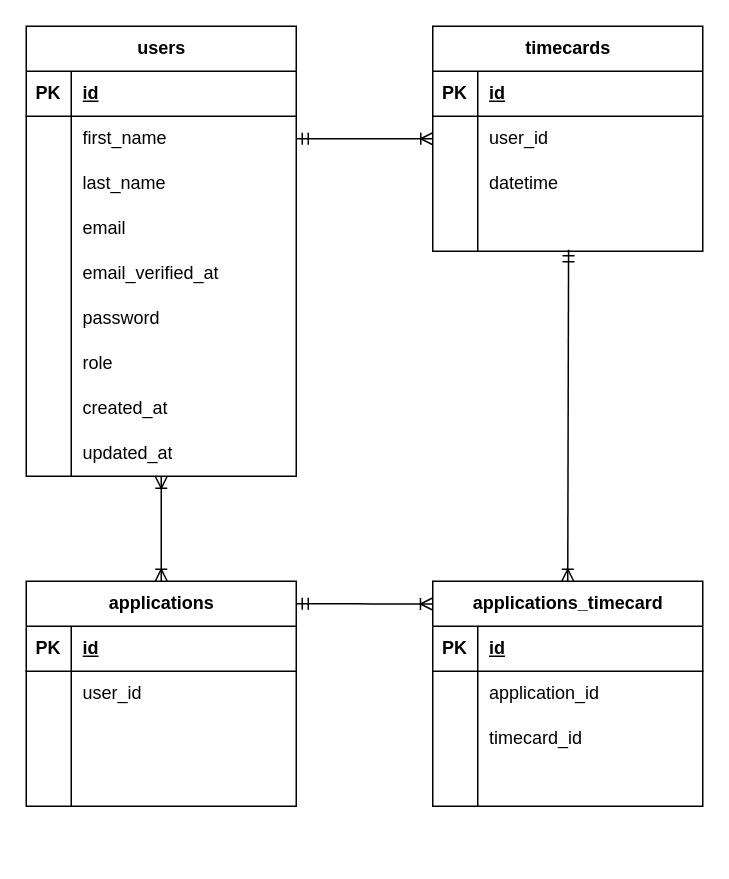
Above: ER.drawio in YamadaNanami/time-attendance-management-app (draw.io), before the change. Source tidied: cells renumbered, new cells numbered last; positions are measured from the earlier drawing's top-left corner, leaving out a move shared by most shapes. Both pictures are drawn from the tidied source at 150%, with x=0, y=0 at pixel (26, 26).
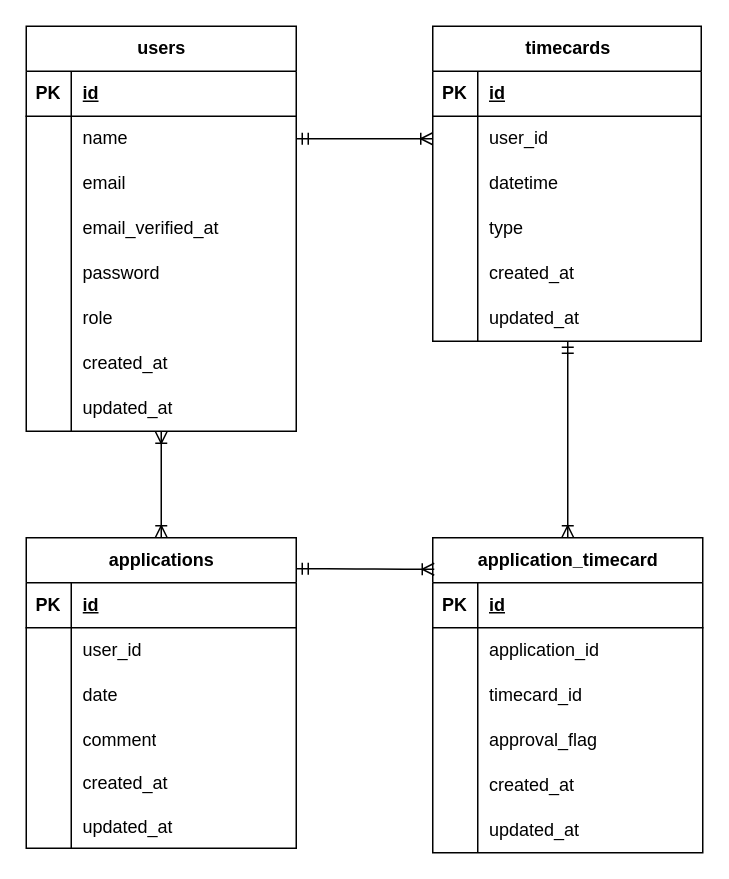
After the change.

Unchanged cells that the change refers to:
```xml
<mxCell id="6" style="shape=tableRow;horizontal=0;startSize=0;swimlaneHead=0;swimlaneBody=0;fillColor=none;points=[[0,0.5],[1,0.5]];portConstraint=eastwest;top=0;left=0;right=0;bottom=0;" parent="2" vertex="1">
  <mxGeometry y="60" width="180" height="30" as="geometry" />
</mxCell>
<mxCell id="53" style="shape=tableRow;horizontal=0;startSize=0;swimlaneHead=0;swimlaneBody=0;fillColor=none;top=0;left=0;right=0;bottom=0;" parent="46" vertex="1">
  <mxGeometry y="90" width="180" height="30" as="geometry" />
</mxCell>
<mxCell id="70" style="shape=tableRow;horizontal=0;startSize=0;swimlaneHead=0;swimlaneBody=0;fillColor=none;top=0;left=0;right=0;bottom=0;" parent="60" vertex="1">
  <mxGeometry y="120" width="180" height="30" as="geometry" />
</mxCell>
```

Diff of the diagram source:
```diff
@@
     <mxCell id="2" value="users" style="shape=table;startSize=30;childLayout=tableLayout;rowLines=0;fontStyle=1;align=center;html=1;" parent="1" vertex="1">
-      <mxGeometry width="180" height="300" as="geometry" />
+      <mxGeometry width="180" height="270" as="geometry" />
     </mxCell>
@@
-    <mxCell id="8" value="first_name" style="shape=partialRectangle;fillColor=none;top=0;left=0;bottom=0;right=0;align=left;spacingLeft=6;overflow=hidden;whiteSpace=wrap;html=1;" parent="6" vertex="1">
+    <mxCell id="8" value="name" style="shape=partialRectangle;fillColor=none;top=0;left=0;bottom=0;right=0;align=left;spacingLeft=6;overflow=hidden;whiteSpace=wrap;html=1;" parent="6" vertex="1">
       <mxGeometry x="30" width="150" height="30" as="geometry" />
     </mxCell>
-    <mxCell id="9" style="shape=tableRow;horizontal=0;startSize=0;swimlaneHead=0;swimlaneBody=0;fillColor=none;top=0;left=0;right=0;bottom=0;" parent="2" vertex="1">
-      <mxGeometry y="90" width="180" height="30" as="geometry" />
-    </mxCell>
-    <mxCell id="10" style="shape=partialRectangle;fillColor=none;top=0;left=0;bottom=0;right=0;overflow=hidden;whiteSpace=wrap;html=1;" parent="9" vertex="1">
-      <mxGeometry width="30" height="30" as="geometry" />
-    </mxCell>
-    <mxCell id="11" value="last_name" style="shape=partialRectangle;fillColor=none;top=0;left=0;bottom=0;right=0;align=left;spacingLeft=6;overflow=hidden;whiteSpace=wrap;html=1;" parent="9" vertex="1">
-      <mxGeometry x="30" width="150" height="30" as="geometry" />
-    </mxCell>
     <mxCell id="12" style="shape=tableRow;horizontal=0;startSize=0;swimlaneHead=0;swimlaneBody=0;fillColor=none;top=0;left=0;right=0;bottom=0;" parent="2" vertex="1">
-      <mxGeometry y="120" width="180" height="30" as="geometry" />
+      <mxGeometry y="90" width="180" height="30" as="geometry" />
     </mxCell>
@@
     <mxCell id="15" style="shape=tableRow;horizontal=0;startSize=0;swimlaneHead=0;swimlaneBody=0;fillColor=none;top=0;left=0;right=0;bottom=0;" parent="2" vertex="1">
-      <mxGeometry y="150" width="180" height="30" as="geometry" />
+      <mxGeometry y="120" width="180" height="30" as="geometry" />
     </mxCell>
@@
     <mxCell id="18" style="shape=tableRow;horizontal=0;startSize=0;swimlaneHead=0;swimlaneBody=0;fillColor=none;top=0;left=0;right=0;bottom=0;" parent="2" vertex="1">
-      <mxGeometry y="180" width="180" height="30" as="geometry" />
+      <mxGeometry y="150" width="180" height="30" as="geometry" />
     </mxCell>
@@
     <mxCell id="21" style="shape=tableRow;horizontal=0;startSize=0;swimlaneHead=0;swimlaneBody=0;fillColor=none;top=0;left=0;right=0;bottom=0;" parent="2" vertex="1">
-      <mxGeometry y="210" width="180" height="30" as="geometry" />
+      <mxGeometry y="180" width="180" height="30" as="geometry" />
     </mxCell>
@@
     <mxCell id="24" style="shape=tableRow;horizontal=0;startSize=0;swimlaneHead=0;swimlaneBody=0;fillColor=none;top=0;left=0;right=0;bottom=0;" parent="2" vertex="1">
-      <mxGeometry y="240" width="180" height="30" as="geometry" />
+      <mxGeometry y="210" width="180" height="30" as="geometry" />
     </mxCell>
@@
     <mxCell id="27" style="shape=tableRow;horizontal=0;startSize=0;swimlaneHead=0;swimlaneBody=0;fillColor=none;top=0;left=0;right=0;bottom=0;" parent="2" vertex="1">
-      <mxGeometry y="270" width="180" height="30" as="geometry" />
+      <mxGeometry y="240" width="180" height="30" as="geometry" />
     </mxCell>
@@
     <mxCell id="30" value="created_at" style="shape=partialRectangle;fillColor=none;top=0;left=0;bottom=0;right=0;align=left;spacingLeft=6;overflow=hidden;whiteSpace=wrap;html=1;" parent="1" vertex="1">
-      <mxGeometry x="30" y="240" width="150" height="30" as="geometry" />
+      <mxGeometry x="30" y="210" width="150" height="30" as="geometry" />
     </mxCell>
     <mxCell id="31" value="updated_at" style="shape=partialRectangle;fillColor=none;top=0;left=0;bottom=0;right=0;align=left;spacingLeft=6;overflow=hidden;whiteSpace=wrap;html=1;" parent="1" vertex="1">
-      <mxGeometry x="30" y="270" width="150" height="30" as="geometry" />
+      <mxGeometry x="30" y="240" width="150" height="30" as="geometry" />
     </mxCell>
     <mxCell id="32" value="timecards" style="shape=table;startSize=30;childLayout=tableLayout;rowLines=0;fontStyle=1;align=center;html=1;" parent="1" vertex="1">
-      <mxGeometry x="271" width="180" height="150" as="geometry" />
+      <mxGeometry x="271" width="179" height="210" as="geometry" />
     </mxCell>
     <mxCell id="33" style="shape=tableRow;horizontal=0;startSize=0;swimlaneHead=0;swimlaneBody=0;fillColor=none;top=0;left=0;right=0;bottom=1;" parent="32" vertex="1">
-      <mxGeometry y="30" width="180" height="30" as="geometry" />
+      <mxGeometry y="30" width="179" height="30" as="geometry" />
     </mxCell>
@@
     <mxCell id="35" value="id" style="shape=partialRectangle;fillColor=none;top=0;left=0;bottom=0;right=0;align=left;spacingLeft=6;fontStyle=5;overflow=hidden;whiteSpace=wrap;html=1;" parent="33" vertex="1">
-      <mxGeometry x="30" width="150" height="30" as="geometry" />
+      <mxGeometry x="30" width="149" height="30" as="geometry" />
     </mxCell>
     <mxCell id="36" style="shape=tableRow;horizontal=0;startSize=0;swimlaneHead=0;swimlaneBody=0;fillColor=none;points=[[0,0.5],[1,0.5]];portConstraint=eastwest;top=0;left=0;right=0;bottom=0;" parent="32" vertex="1">
-      <mxGeometry y="60" width="180" height="30" as="geometry" />
+      <mxGeometry y="60" width="179" height="30" as="geometry" />
     </mxCell>
@@
     <mxCell id="38" value="user_id" style="shape=partialRectangle;fillColor=none;top=0;left=0;bottom=0;right=0;align=left;spacingLeft=6;overflow=hidden;whiteSpace=wrap;html=1;" parent="36" vertex="1">
-      <mxGeometry x="30" width="150" height="30" as="geometry" />
+      <mxGeometry x="30" width="149" height="30" as="geometry" />
     </mxCell>
     <mxCell id="39" style="shape=tableRow;horizontal=0;startSize=0;swimlaneHead=0;swimlaneBody=0;fillColor=none;top=0;left=0;right=0;bottom=0;" parent="32" vertex="1">
-      <mxGeometry y="90" width="180" height="30" as="geometry" />
+      <mxGeometry y="90" width="179" height="30" as="geometry" />
     </mxCell>
@@
     <mxCell id="41" value="datetime" style="shape=partialRectangle;fillColor=none;top=0;left=0;bottom=0;right=0;align=left;spacingLeft=6;overflow=hidden;whiteSpace=wrap;html=1;" parent="39" vertex="1">
-      <mxGeometry x="30" width="150" height="30" as="geometry" />
+      <mxGeometry x="30" width="149" height="30" as="geometry" />
     </mxCell>
     <mxCell id="42" style="shape=tableRow;horizontal=0;startSize=0;swimlaneHead=0;swimlaneBody=0;fillColor=none;points=[[0,0.5],[1,0.5]];portConstraint=eastwest;top=0;left=0;right=0;bottom=0;" parent="32" vertex="1">
-      <mxGeometry y="120" width="180" height="30" as="geometry" />
+      <mxGeometry y="120" width="179" height="30" as="geometry" />
     </mxCell>
@@
-    <mxCell id="44" style="shape=partialRectangle;fillColor=none;top=0;left=0;bottom=0;right=0;align=left;spacingLeft=6;overflow=hidden;whiteSpace=wrap;html=1;" parent="42" vertex="1">
-      <mxGeometry x="30" width="150" height="30" as="geometry" />
+    <mxCell id="44" value="type" style="shape=partialRectangle;fillColor=none;top=0;left=0;bottom=0;right=0;align=left;spacingLeft=6;overflow=hidden;whiteSpace=wrap;html=1;" parent="42" vertex="1">
+      <mxGeometry x="30" width="149" height="30" as="geometry" />
     </mxCell>
+    <mxCell id="75" style="shape=tableRow;horizontal=0;startSize=0;swimlaneHead=0;swimlaneBody=0;fillColor=none;top=0;left=0;right=0;bottom=0;" parent="32" vertex="1">
+      <mxGeometry y="150" width="179" height="30" as="geometry" />
+    </mxCell>
+    <mxCell id="76" style="shape=partialRectangle;fillColor=none;top=0;left=0;bottom=0;right=0;overflow=hidden;whiteSpace=wrap;html=1;" parent="75" vertex="1">
+      <mxGeometry width="30" height="30" as="geometry" />
+    </mxCell>
+    <mxCell id="77" value="created_at" style="shape=partialRectangle;fillColor=none;top=0;left=0;bottom=0;right=0;align=left;spacingLeft=6;overflow=hidden;whiteSpace=wrap;html=1;" parent="75" vertex="1">
+      <mxGeometry x="30" width="149" height="30" as="geometry" />
+    </mxCell>
+    <mxCell id="78" style="shape=tableRow;horizontal=0;startSize=0;swimlaneHead=0;swimlaneBody=0;fillColor=none;top=0;left=0;right=0;bottom=0;" parent="32" vertex="1">
+      <mxGeometry y="180" width="179" height="30" as="geometry" />
+    </mxCell>
+    <mxCell id="79" style="shape=partialRectangle;fillColor=none;top=0;left=0;bottom=0;right=0;overflow=hidden;whiteSpace=wrap;html=1;" parent="78" vertex="1">
+      <mxGeometry width="30" height="30" as="geometry" />
+    </mxCell>
+    <mxCell id="80" value="updated_at" style="shape=partialRectangle;fillColor=none;top=0;left=0;bottom=0;right=0;align=left;spacingLeft=6;overflow=hidden;whiteSpace=wrap;html=1;" parent="78" vertex="1">
+      <mxGeometry x="30" width="149" height="30" as="geometry" />
+    </mxCell>
@@
     <mxCell id="46" value="applications" style="shape=table;startSize=30;childLayout=tableLayout;rowLines=0;fontStyle=1;align=center;html=1;" parent="1" vertex="1">
-      <mxGeometry y="370" width="180" height="150" as="geometry" />
+      <mxGeometry y="341" width="180" height="207" as="geometry" />
     </mxCell>
@@
-    <mxCell id="55" style="shape=partialRectangle;fillColor=none;top=0;left=0;bottom=0;right=0;align=left;spacingLeft=6;overflow=hidden;whiteSpace=wrap;html=1;" parent="53" vertex="1">
+    <mxCell id="55" value="date" style="shape=partialRectangle;fillColor=none;top=0;left=0;bottom=0;right=0;align=left;spacingLeft=6;overflow=hidden;whiteSpace=wrap;html=1;" parent="53" vertex="1">
       <mxGeometry x="30" width="150" height="30" as="geometry" />
     </mxCell>
     <mxCell id="56" style="shape=tableRow;horizontal=0;startSize=0;swimlaneHead=0;swimlaneBody=0;fillColor=none;top=0;left=0;right=0;bottom=0;" parent="46" vertex="1">
-      <mxGeometry y="120" width="180" height="30" as="geometry" />
+      <mxGeometry y="120" width="180" height="29" as="geometry" />
     </mxCell>
     <mxCell id="57" style="shape=partialRectangle;fillColor=none;top=0;left=0;bottom=0;right=0;overflow=hidden;whiteSpace=wrap;html=1;" parent="56" vertex="1">
-      <mxGeometry width="30" height="30" as="geometry" />
+      <mxGeometry width="30" height="29" as="geometry" />
     </mxCell>
-    <mxCell id="58" style="shape=partialRectangle;fillColor=none;top=0;left=0;bottom=0;right=0;align=left;spacingLeft=6;overflow=hidden;whiteSpace=wrap;html=1;" parent="56" vertex="1">
-      <mxGeometry x="30" width="150" height="30" as="geometry" />
+    <mxCell id="58" value="comment" style="shape=partialRectangle;fillColor=none;top=0;left=0;bottom=0;right=0;align=left;spacingLeft=6;overflow=hidden;whiteSpace=wrap;html=1;" parent="56" vertex="1">
+      <mxGeometry x="30" width="150" height="29" as="geometry" />
     </mxCell>
+    <mxCell id="81" style="shape=tableRow;horizontal=0;startSize=0;swimlaneHead=0;swimlaneBody=0;fillColor=none;top=0;left=0;right=0;bottom=0;" parent="46" vertex="1">
+      <mxGeometry y="149" width="180" height="29" as="geometry" />
+    </mxCell>
+    <mxCell id="82" style="shape=partialRectangle;fillColor=none;top=0;left=0;bottom=0;right=0;overflow=hidden;whiteSpace=wrap;html=1;" parent="81" vertex="1">
+      <mxGeometry width="30" height="29" as="geometry" />
+    </mxCell>
+    <mxCell id="83" value="created_at" style="shape=partialRectangle;fillColor=none;top=0;left=0;bottom=0;right=0;align=left;spacingLeft=6;overflow=hidden;whiteSpace=wrap;html=1;" parent="81" vertex="1">
+      <mxGeometry x="30" width="150" height="29" as="geometry" />
+    </mxCell>
+    <mxCell id="84" style="shape=tableRow;horizontal=0;startSize=0;swimlaneHead=0;swimlaneBody=0;fillColor=none;top=0;left=0;right=0;bottom=0;" parent="46" vertex="1">
+      <mxGeometry y="178" width="180" height="29" as="geometry" />
+    </mxCell>
+    <mxCell id="85" style="shape=partialRectangle;fillColor=none;top=0;left=0;bottom=0;right=0;overflow=hidden;whiteSpace=wrap;html=1;" parent="84" vertex="1">
+      <mxGeometry width="30" height="29" as="geometry" />
+    </mxCell>
+    <mxCell id="86" value="updated_at" style="shape=partialRectangle;fillColor=none;top=0;left=0;bottom=0;right=0;align=left;spacingLeft=6;overflow=hidden;whiteSpace=wrap;html=1;" parent="84" vertex="1">
+      <mxGeometry x="30" width="150" height="29" as="geometry" />
+    </mxCell>
-    <mxCell id="59" style="fontSize=12;html=1;endArrow=ERoneToMany;startArrow=ERoneToMany;exitX=0.5;exitY=0;exitDx=0;exitDy=0;" parent="1" edge="1" source="46">
-      <mxGeometry relative="1" as="geometry">
-        <mxPoint x="90" y="300" as="targetPoint" />
-      </mxGeometry>
+    <mxCell id="59" style="fontSize=12;html=1;endArrow=ERoneToMany;startArrow=ERoneToMany;exitX=0.5;exitY=0;exitDx=0;exitDy=0;entryX=0.5;entryY=1;entryDx=0;entryDy=0;" parent="1" edge="1" source="46" target="2">
+      <mxGeometry relative="1" as="geometry" />
     </mxCell>
-    <mxCell id="60" value="applications_timecard" style="shape=table;startSize=30;childLayout=tableLayout;rowLines=0;fontStyle=1;align=center;html=1;" parent="1" vertex="1">
-      <mxGeometry x="271" y="370" width="180" height="150" as="geometry" />
+    <mxCell id="60" value="application_timecard" style="shape=table;startSize=30;childLayout=tableLayout;rowLines=0;fontStyle=1;align=center;html=1;" parent="1" vertex="1">
+      <mxGeometry x="271" y="341" width="180" height="210" as="geometry" />
     </mxCell>
@@
-    <mxCell id="72" style="shape=partialRectangle;fillColor=none;top=0;left=0;bottom=0;right=0;align=left;spacingLeft=6;overflow=hidden;whiteSpace=wrap;html=1;" parent="70" vertex="1">
+    <mxCell id="72" value="approval_flag" style="shape=partialRectangle;fillColor=none;top=0;left=0;bottom=0;right=0;align=left;spacingLeft=6;overflow=hidden;whiteSpace=wrap;html=1;" parent="70" vertex="1">
       <mxGeometry x="30" width="150" height="30" as="geometry" />
     </mxCell>
+    <mxCell id="87" style="shape=tableRow;horizontal=0;startSize=0;swimlaneHead=0;swimlaneBody=0;fillColor=none;top=0;left=0;right=0;bottom=0;" parent="60" vertex="1">
+      <mxGeometry y="150" width="180" height="30" as="geometry" />
+    </mxCell>
+    <mxCell id="88" style="shape=partialRectangle;fillColor=none;top=0;left=0;bottom=0;right=0;overflow=hidden;whiteSpace=wrap;html=1;" parent="87" vertex="1">
+      <mxGeometry width="30" height="30" as="geometry" />
+    </mxCell>
+    <mxCell id="89" value="&lt;span style=&quot;color: rgb(0, 0, 0);&quot;&gt;created_at&lt;/span&gt;" style="shape=partialRectangle;fillColor=none;top=0;left=0;bottom=0;right=0;align=left;spacingLeft=6;overflow=hidden;whiteSpace=wrap;html=1;" parent="87" vertex="1">
+      <mxGeometry x="30" width="150" height="30" as="geometry" />
+    </mxCell>
+    <mxCell id="90" style="shape=tableRow;horizontal=0;startSize=0;swimlaneHead=0;swimlaneBody=0;fillColor=none;top=0;left=0;right=0;bottom=0;" parent="60" vertex="1">
+      <mxGeometry y="180" width="180" height="30" as="geometry" />
+    </mxCell>
+    <mxCell id="91" style="shape=partialRectangle;fillColor=none;top=0;left=0;bottom=0;right=0;overflow=hidden;whiteSpace=wrap;html=1;" parent="90" vertex="1">
+      <mxGeometry width="30" height="30" as="geometry" />
+    </mxCell>
+    <mxCell id="92" value="updated_at" style="shape=partialRectangle;fillColor=none;top=0;left=0;bottom=0;right=0;align=left;spacingLeft=6;overflow=hidden;whiteSpace=wrap;html=1;" parent="90" vertex="1">
+      <mxGeometry x="30" width="150" height="30" as="geometry" />
+    </mxCell>
-    <mxCell id="73" style="edgeStyle=entityRelationEdgeStyle;fontSize=12;html=1;endArrow=ERoneToMany;startArrow=ERmandOne;exitX=1;exitY=0.1;exitDx=0;exitDy=0;exitPerimeter=0;entryX=-0.001;entryY=0.101;entryDx=0;entryDy=0;entryPerimeter=0;" parent="1" edge="1" source="46" target="60">
-      <mxGeometry relative="1" as="geometry" />
+    <mxCell id="73" style="edgeStyle=entityRelationEdgeStyle;fontSize=12;html=1;endArrow=ERoneToMany;startArrow=ERmandOne;exitX=1;exitY=0.1;exitDx=0;exitDy=0;exitPerimeter=0;" parent="1" edge="1" source="46">
+      <mxGeometry relative="1" as="geometry">
+        <mxPoint x="272" y="362" as="targetPoint" />
+      </mxGeometry>
     </mxCell>
-    <mxCell id="74" style="fontSize=12;html=1;endArrow=ERoneToMany;startArrow=ERmandOne;exitX=0.503;exitY=0.966;exitDx=0;exitDy=0;exitPerimeter=0;entryX=0.5;entryY=0;entryDx=0;entryDy=0;" parent="1" edge="1" source="42" target="60">
-      <mxGeometry relative="1" as="geometry" />
+    <mxCell id="74" style="fontSize=12;html=1;endArrow=ERoneToMany;startArrow=ERmandOne;entryX=0.5;entryY=0;entryDx=0;entryDy=0;" parent="1" edge="1" target="60">
+      <mxGeometry relative="1" as="geometry">
+        <mxPoint x="361" y="210" as="sourcePoint" />
+      </mxGeometry>
     </mxCell>
```
